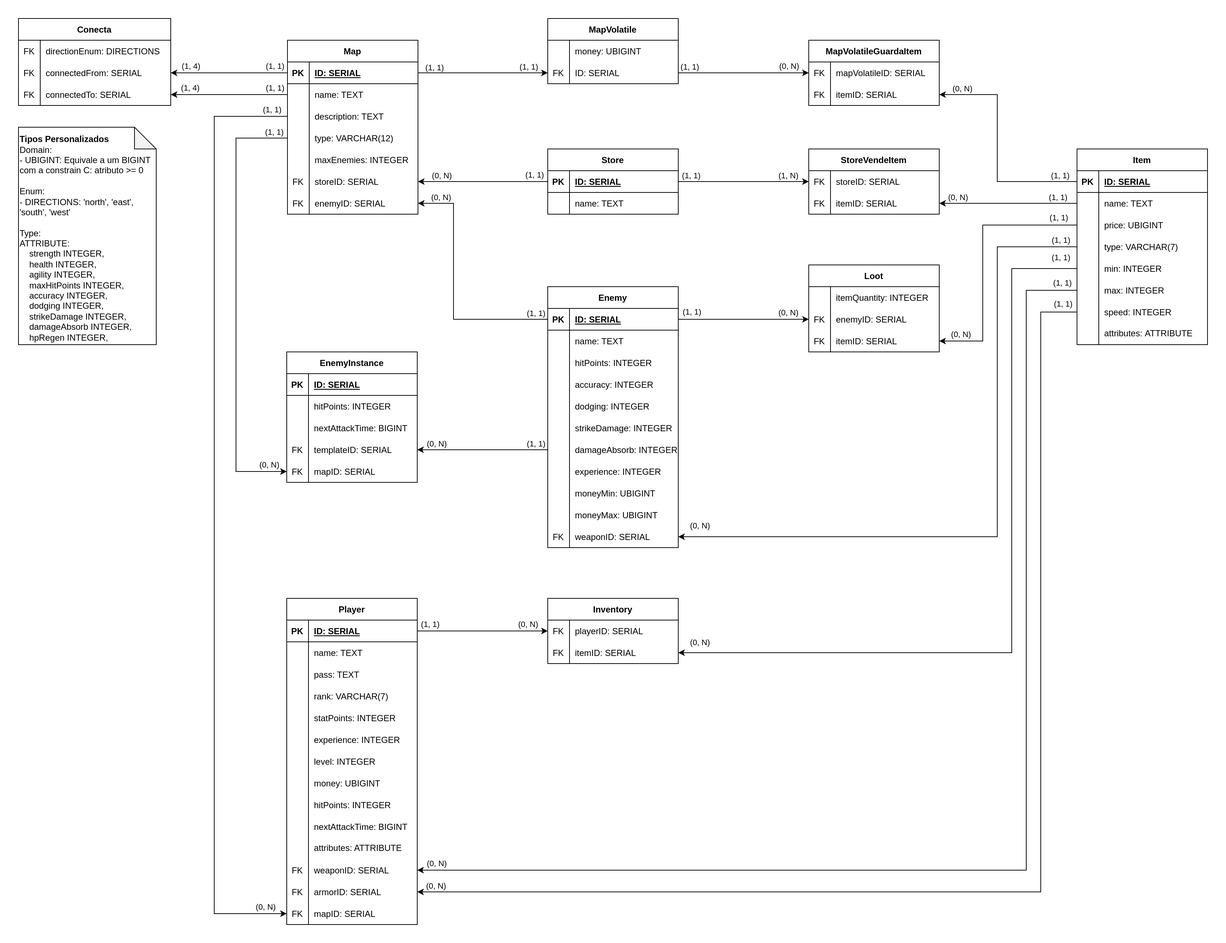
This is docs/Images/database/DL.png from UnMUD/UnMUD, a draw.io export, as it was before one commit. Source tidied: cells renumbered, new cells last; positions are measured from the earlier drawing's top-left corner, leaving out a move shared by most shapes.
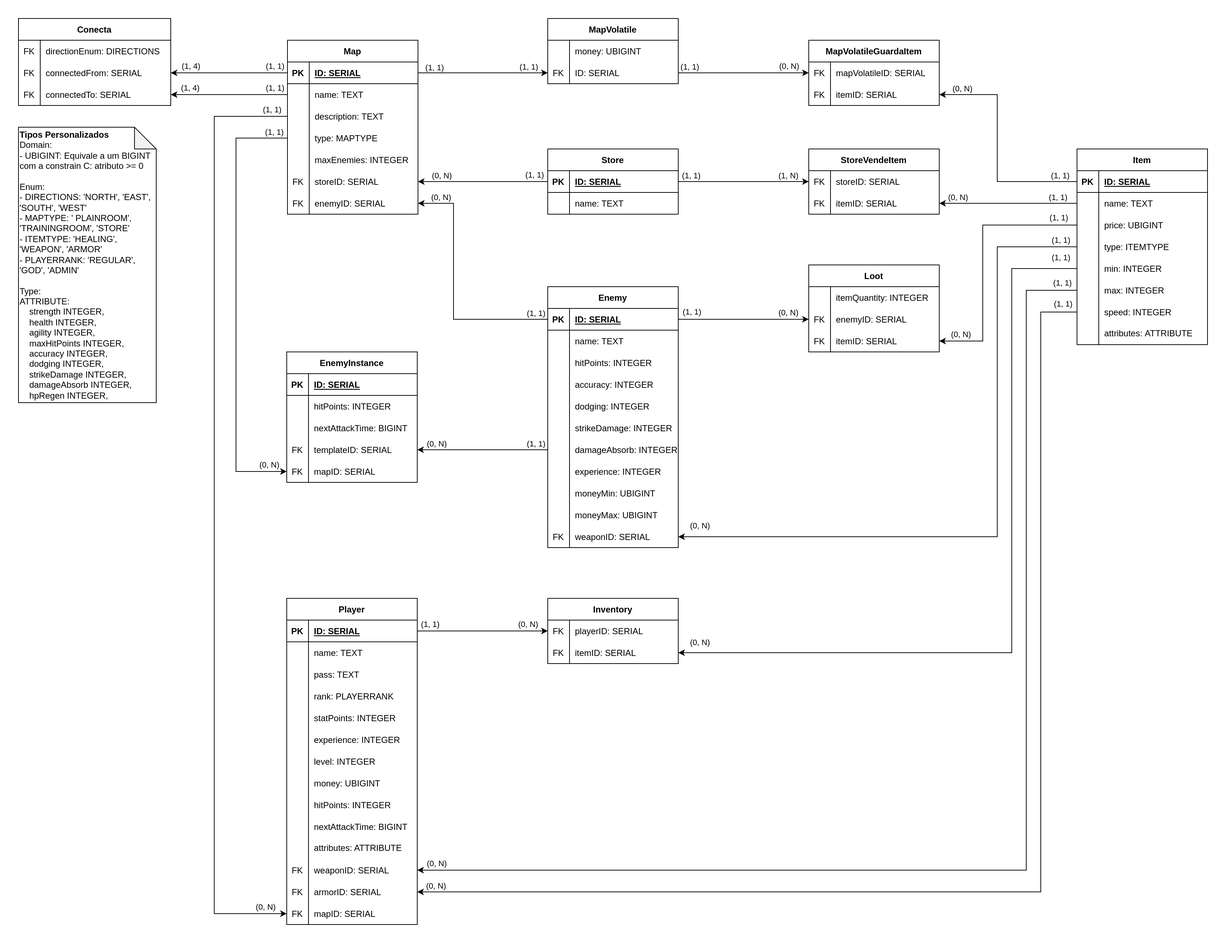
Above is the later version.

Commit message:
#34 - Adicionando enums para tipo de mapa, player e item no Diagrama Lógico e DDL

The edit, as a diff of the source:
```diff
@@ -38,7 +38,7 @@
     <mxCell id="13" style="shape=partialRectangle;fillColor=none;top=0;left=0;bottom=0;right=0;overflow=hidden;" parent="12" vertex="1">
       <mxGeometry width="30" height="30" as="geometry" />
     </mxCell>
-    <mxCell id="14" value="type: VARCHAR(12)" style="shape=partialRectangle;fillColor=none;top=0;left=0;bottom=0;right=0;align=left;spacingLeft=6;overflow=hidden;" parent="12" vertex="1">
+    <mxCell id="14" value="type: MAPTYPE" style="shape=partialRectangle;fillColor=none;top=0;left=0;bottom=0;right=0;align=left;spacingLeft=6;overflow=hidden;" parent="12" vertex="1">
       <mxGeometry x="30" width="150" height="30" as="geometry" />
     </mxCell>
     <mxCell id="15" style="shape=tableRow;horizontal=0;startSize=0;swimlaneHead=0;swimlaneBody=0;fillColor=none;top=0;left=0;right=0;bottom=0;" parent="2" vertex="1">
@@ -125,7 +125,7 @@
     <mxCell id="42" style="shape=partialRectangle;fillColor=none;top=0;left=0;bottom=0;right=0;overflow=hidden;" parent="41" vertex="1">
       <mxGeometry width="30" height="30" as="geometry" />
     </mxCell>
-    <mxCell id="43" value="type: VARCHAR(7)" style="shape=partialRectangle;fillColor=none;top=0;left=0;bottom=0;right=0;align=left;spacingLeft=6;overflow=hidden;" parent="41" vertex="1">
+    <mxCell id="43" value="type: ITEMTYPE" style="shape=partialRectangle;fillColor=none;top=0;left=0;bottom=0;right=0;align=left;spacingLeft=6;overflow=hidden;" parent="41" vertex="1">
       <mxGeometry x="30" width="150" height="30" as="geometry" />
     </mxCell>
     <mxCell id="44" style="shape=tableRow;horizontal=0;startSize=0;swimlaneHead=0;swimlaneBody=0;fillColor=none;points=[[0,0.5],[1,0.5]];portConstraint=eastwest;top=0;left=0;right=0;bottom=0;" parent="31" vertex="1">
@@ -380,7 +380,7 @@
     <mxCell id="127" style="shape=partialRectangle;fillColor=none;top=0;left=0;bottom=0;right=0;overflow=hidden;" parent="126" vertex="1">
       <mxGeometry width="30" height="30" as="geometry" />
     </mxCell>
-    <mxCell id="128" value="rank: VARCHAR(7)" style="shape=partialRectangle;fillColor=none;top=0;left=0;bottom=0;right=0;align=left;spacingLeft=6;overflow=hidden;" parent="126" vertex="1">
+    <mxCell id="128" value="rank: PLAYERRANK" style="shape=partialRectangle;fillColor=none;top=0;left=0;bottom=0;right=0;align=left;spacingLeft=6;overflow=hidden;" parent="126" vertex="1">
       <mxGeometry x="30" width="150" height="30" as="geometry" />
     </mxCell>
     <mxCell id="129" style="shape=tableRow;horizontal=0;startSize=0;swimlaneHead=0;swimlaneBody=0;fillColor=none;top=0;left=0;right=0;bottom=0;" parent="116" vertex="1">
@@ -856,8 +856,8 @@
         <mxPoint x="-6" y="-8" as="offset" />
       </mxGeometry>
     </mxCell>
-    <mxCell id="249" value="&lt;b&gt;Tipos Personalizados&lt;/b&gt;&lt;br&gt;Domain:&lt;br&gt;- UBIGINT: Equivale a um BIGINT com a constrain C: atributo &amp;gt;= 0&lt;br&gt;&lt;br&gt;Enum:&lt;br&gt;- DIRECTIONS: 'north', 'east', 'south', 'west'&lt;br&gt;&lt;br&gt;Type:&lt;br&gt;ATTRIBUTE:&lt;br&gt;&lt;span style=&quot;&quot;&gt;&lt;span style=&quot;&quot;&gt;&amp;nbsp;&amp;nbsp;&amp;nbsp;&amp;nbsp;&lt;/span&gt;&lt;/span&gt;strength INTEGER,&lt;div&gt;&amp;nbsp; &amp;nbsp; health INTEGER,&lt;/div&gt;&lt;div&gt;&amp;nbsp; &amp;nbsp; agility INTEGER,&lt;/div&gt;&lt;div&gt;&amp;nbsp; &amp;nbsp; maxHitPoints INTEGER,&lt;/div&gt;&lt;div&gt;&amp;nbsp; &amp;nbsp; accuracy INTEGER,&lt;/div&gt;&lt;div&gt;&amp;nbsp; &amp;nbsp; dodging INTEGER,&lt;/div&gt;&lt;div&gt;&amp;nbsp; &amp;nbsp; strikeDamage INTEGER,&lt;/div&gt;&lt;div&gt;&amp;nbsp; &amp;nbsp; damageAbsorb INTEGER,&lt;/div&gt;&lt;div&gt;&amp;nbsp; &amp;nbsp; hpRegen INTEGER,&lt;/div&gt;" style="shape=note;whiteSpace=wrap;html=1;backgroundOutline=1;darkOpacity=0.05;verticalAlign=bottom;align=left;" parent="1" vertex="1">
-      <mxGeometry y="150" width="190" height="300" as="geometry" />
+    <mxCell id="249" value="&lt;b&gt;Tipos Personalizados&lt;/b&gt;&lt;br&gt;Domain:&lt;br&gt;- UBIGINT: Equivale a um BIGINT com a constrain C: atributo &amp;gt;= 0&lt;br&gt;&lt;br&gt;Enum:&lt;br&gt;- DIRECTIONS: 'NORTH', 'EAST', 'SOUTH', 'WEST'&lt;br&gt;- MAPTYPE: '&amp;nbsp;PLAINROOM', 'TRAININGROOM', 'STORE'&lt;br&gt;- ITEMTYPE: 'HEALING', 'WEAPON', 'ARMOR'&lt;br&gt;- PLAYERRANK: 'REGULAR', 'GOD', 'ADMIN'&lt;br&gt;&lt;br&gt;Type:&lt;br&gt;ATTRIBUTE:&lt;br&gt;&lt;span style=&quot;&quot;&gt;&lt;span style=&quot;&quot;&gt;&amp;nbsp;&amp;nbsp;&amp;nbsp;&amp;nbsp;&lt;/span&gt;&lt;/span&gt;strength INTEGER,&lt;div&gt;&amp;nbsp; &amp;nbsp; health INTEGER,&lt;/div&gt;&lt;div&gt;&amp;nbsp; &amp;nbsp; agility INTEGER,&lt;/div&gt;&lt;div&gt;&amp;nbsp; &amp;nbsp; maxHitPoints INTEGER,&lt;/div&gt;&lt;div&gt;&amp;nbsp; &amp;nbsp; accuracy INTEGER,&lt;/div&gt;&lt;div&gt;&amp;nbsp; &amp;nbsp; dodging INTEGER,&lt;/div&gt;&lt;div&gt;&amp;nbsp; &amp;nbsp; strikeDamage INTEGER,&lt;/div&gt;&lt;div&gt;&amp;nbsp; &amp;nbsp; damageAbsorb INTEGER,&lt;/div&gt;&lt;div&gt;&amp;nbsp; &amp;nbsp; hpRegen INTEGER,&lt;/div&gt;" style="shape=note;whiteSpace=wrap;html=1;backgroundOutline=1;darkOpacity=0.05;verticalAlign=bottom;align=left;" parent="1" vertex="1">
+      <mxGeometry y="150" width="190" height="380" as="geometry" />
     </mxCell>
     <mxCell id="250" value="(0, N)" style="edgeStyle=orthogonalEdgeStyle;rounded=0;jettySize=auto;html=1;entryX=1;entryY=0.5;entryDx=0;entryDy=0;" parent="1" edge="1" source="41" target="103">
       <mxGeometry x="0.94" y="-15" relative="1" as="geometry">
```
